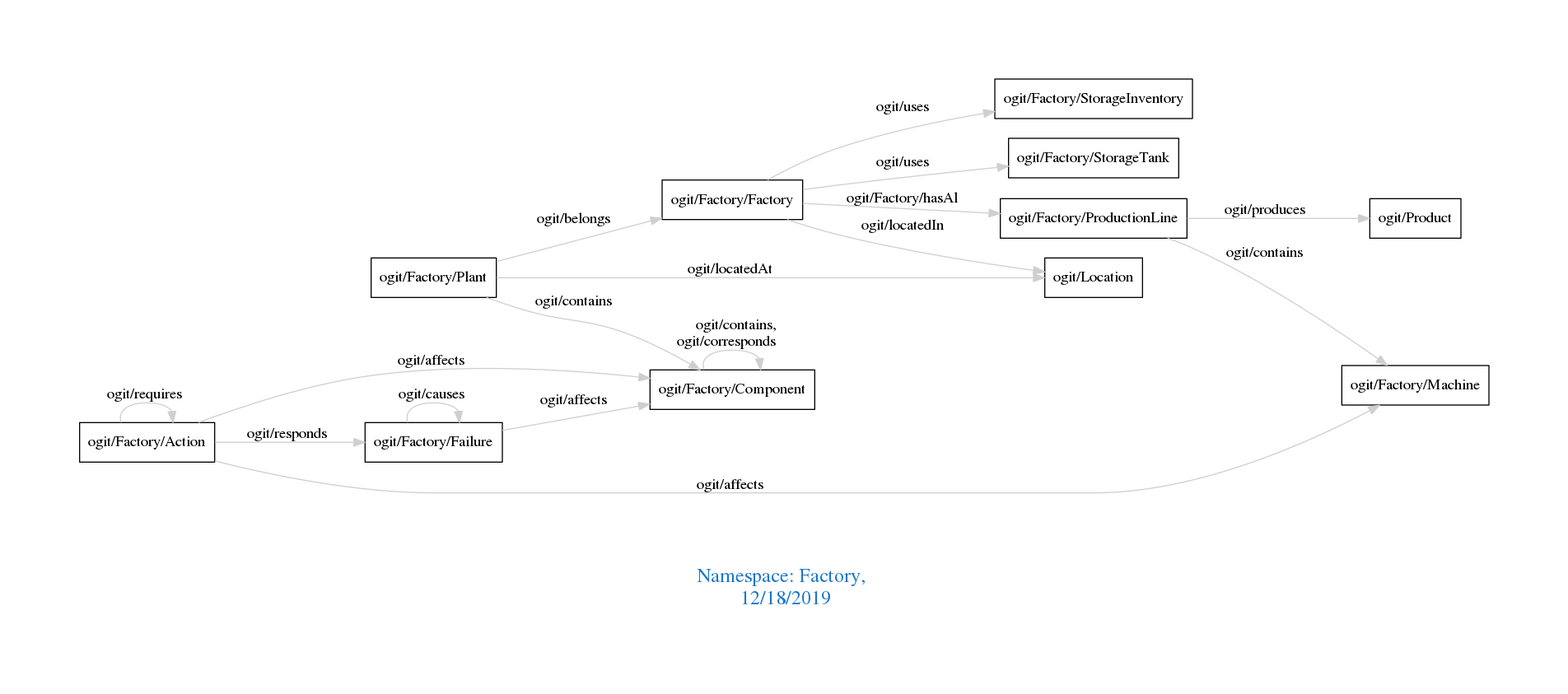
The Graphviz diagram downloads/Factory.png in arago/OGIT, before a commit. Its source is kept beside it as downloads/Factory.dot.
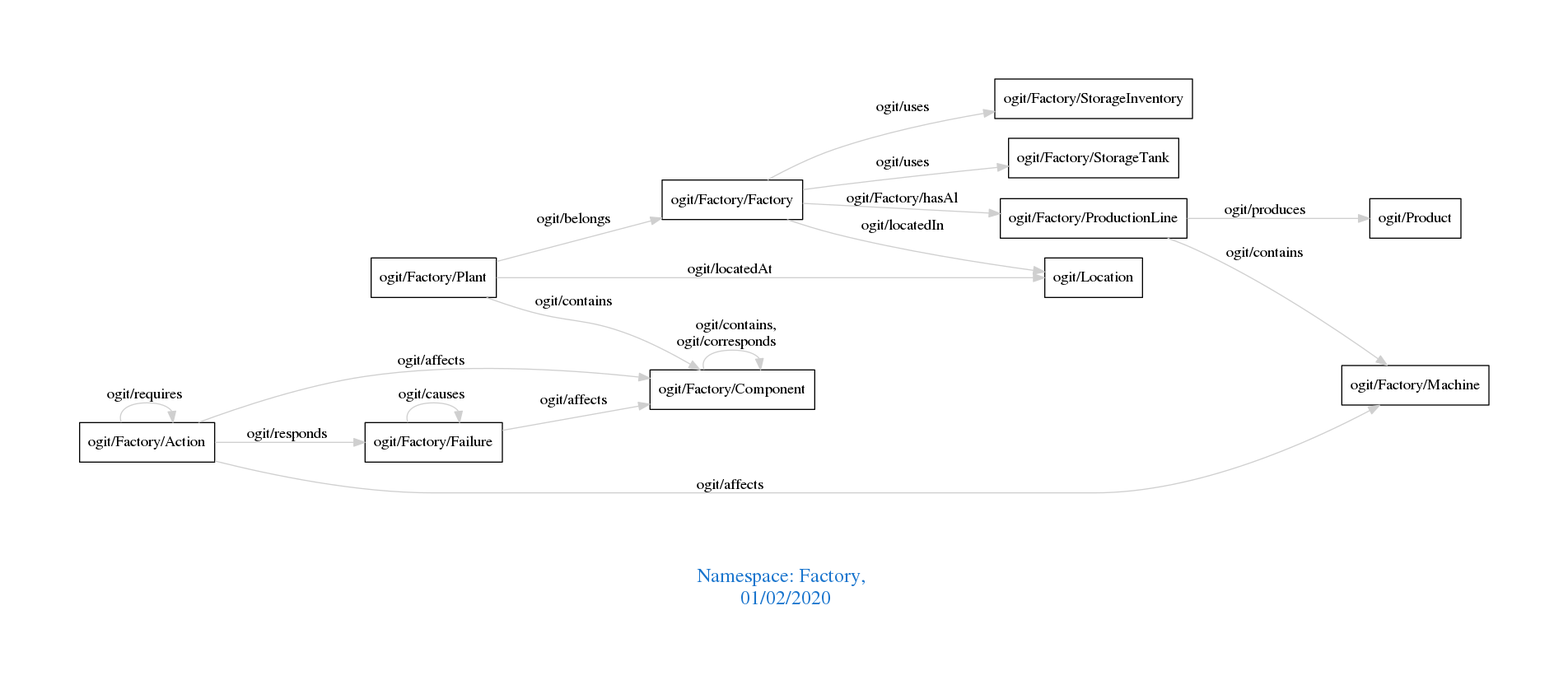
After the commit.

Diff of the diagram source:
```diff
@@ -1,7 +1,7 @@
 digraph OGIT_ontology {
  graph [ rankdir= LR,pad=1
 fontsize = 18,
-fontcolor= dodgerblue3,label = "\n\n\nNamespace: Factory, \n 12/18/2019"];
+fontcolor= dodgerblue3,label = "\n\n\nNamespace: Factory, \n 01/02/2020"];
 node[shape=polygon];
 edge [  color="gray81"];
 
```
